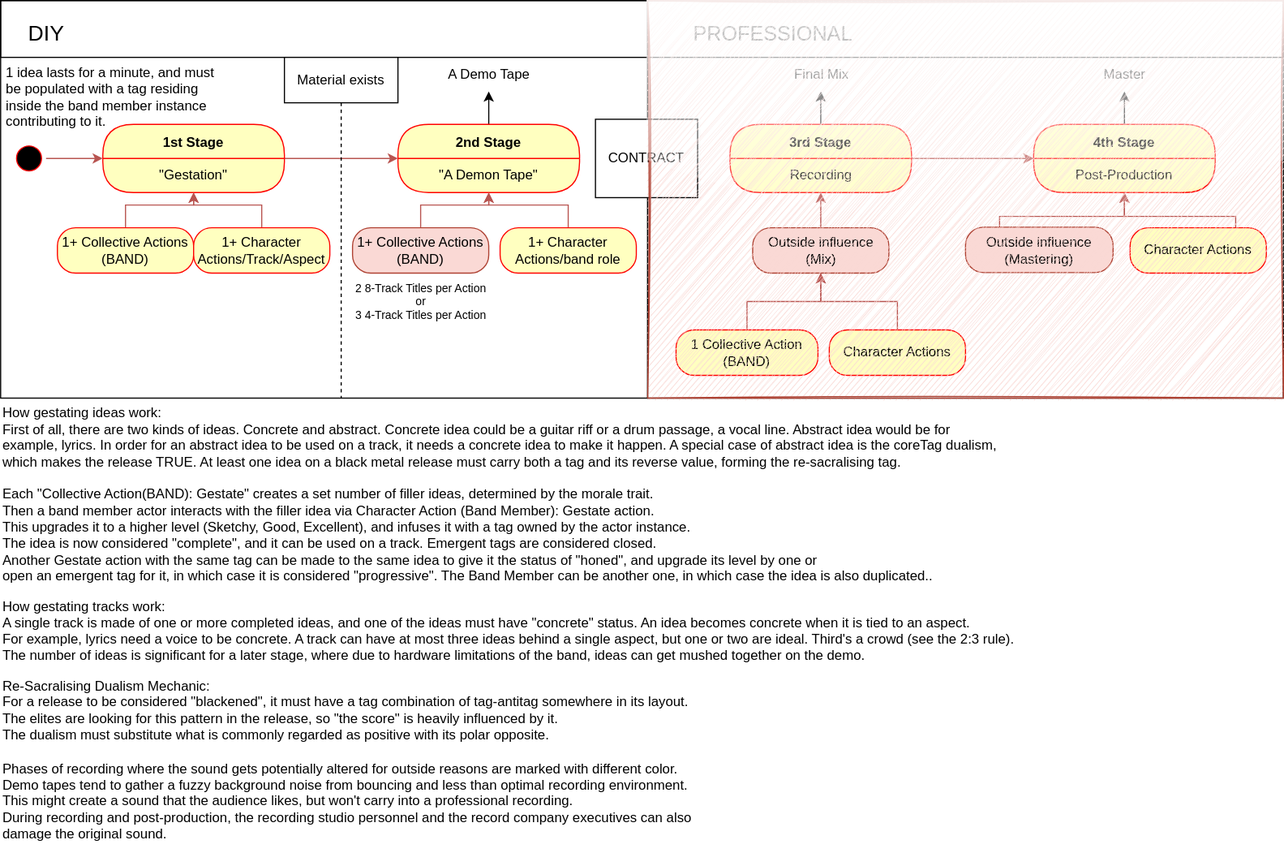
Above: TheProspector/Assets/Schematics/Record.svg in SakuNurmiranta/TheProspector (draw.io), before the change. Source tidied: cells renumbered, new cells last; positions are measured from the earlier drawing's top-left corner, leaving out a move shared by most shapes.
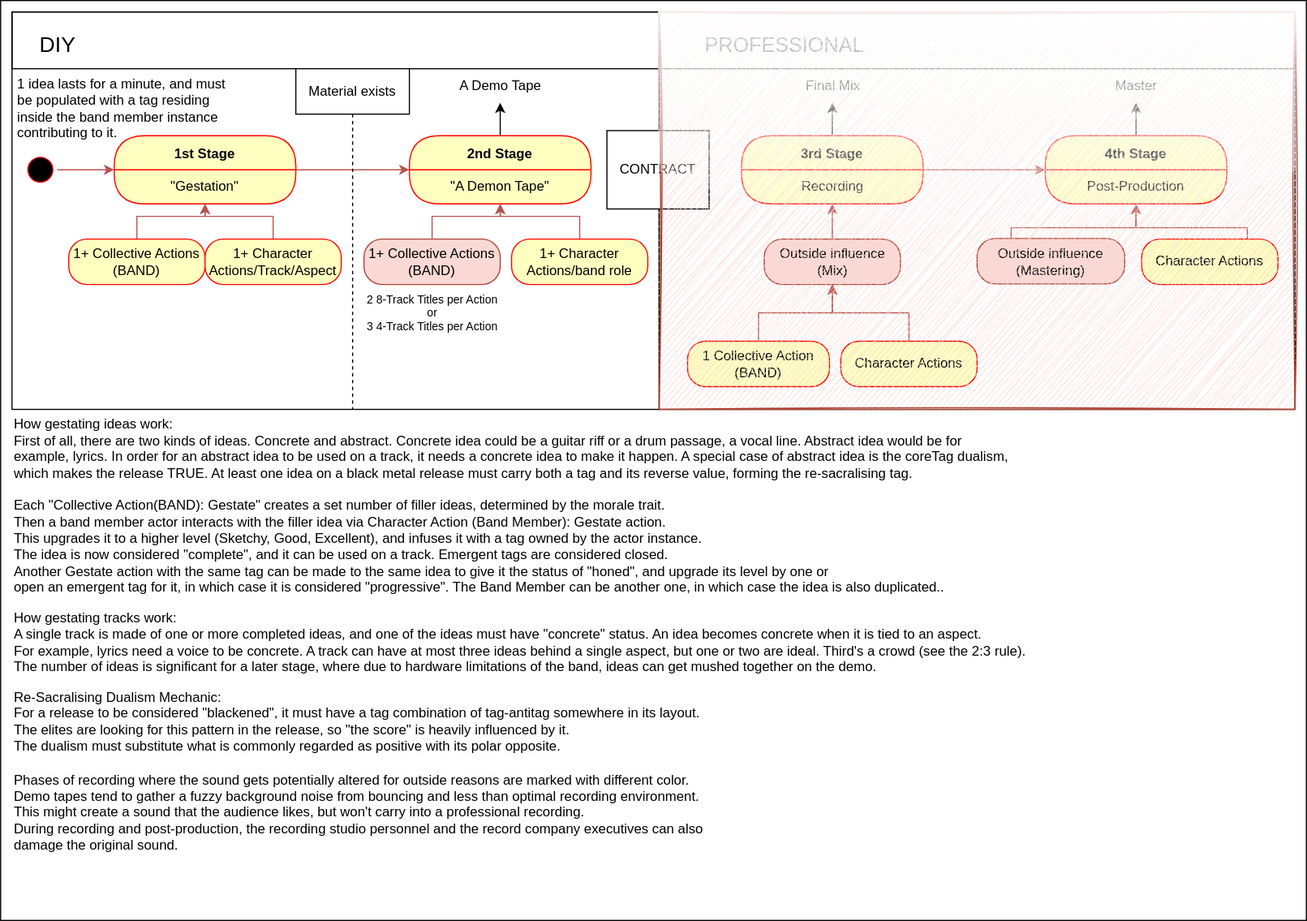
Above is the later version.

What changed in the source:
```diff
@@ -2,6 +2,9 @@
   <root>
     <mxCell id="0" />
     <mxCell id="1" parent="0" />
+    <mxCell id="53" style="whiteSpace=wrap;html=1;" parent="1" vertex="1">
+      <mxGeometry x="-10" y="-10" width="1150" height="810" as="geometry" />
+    </mxCell>
     <mxCell id="2" style="whiteSpace=wrap;html=1;" parent="1" vertex="1">
       <mxGeometry width="570" height="350" as="geometry" />
     </mxCell>
```
